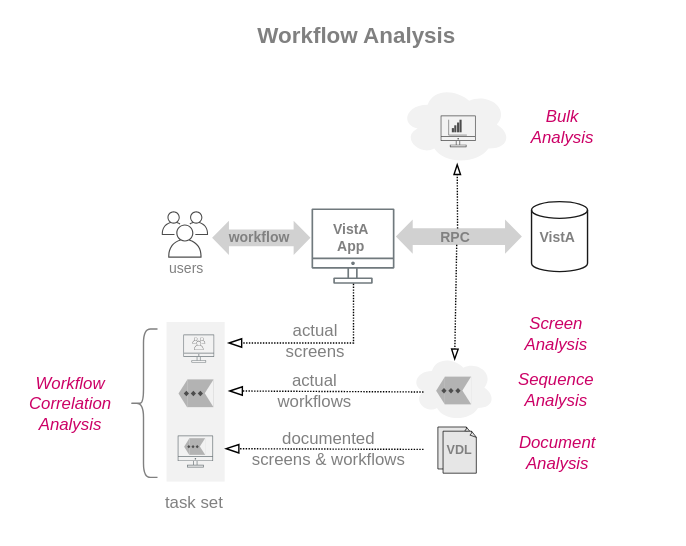
This is img/workflow-correlation.svg from cloudvista/vaa, a draw.io export, as it was before one commit. Source tidied: cells renumbered, new cells last; positions are measured from the earlier drawing's top-left corner, leaving out a move shared by most shapes.
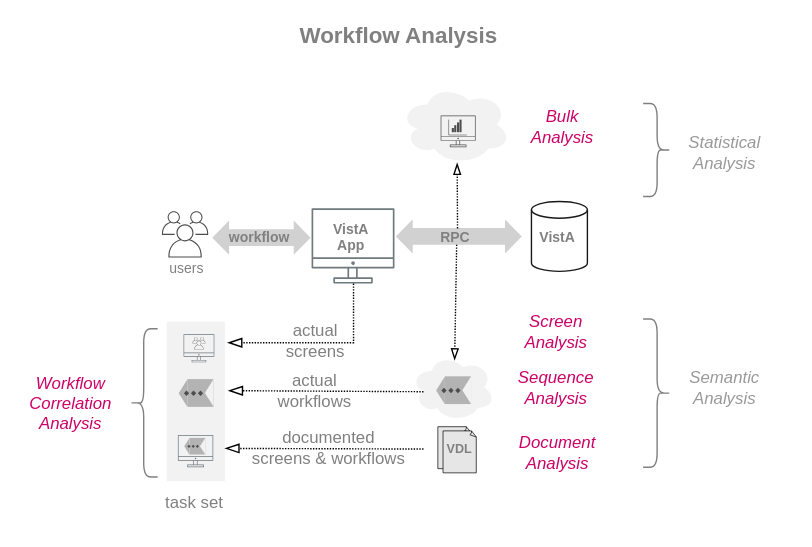
The same diagram one commit later.

The edit, as a diff of the source:
```diff
@@ -3,7 +3,7 @@
     <mxCell id="0" />
     <mxCell id="1" parent="0" />
     <mxCell id="2" style="rounded=1;whiteSpace=wrap;html=1;strokeColor=none;" parent="1" vertex="1">
-      <mxGeometry width="490" height="390" as="geometry" />
+      <mxGeometry width="580" height="390" as="geometry" />
     </mxCell>
     <mxCell id="3" style="ellipse;shape=cloud;whiteSpace=wrap;html=1;shadow=0;sketch=0;fillStyle=solid;strokeColor=none;strokeWidth=0.4;fontSize=10;fillColor=#F2F2F2;gradientColor=none;" parent="1" vertex="1">
       <mxGeometry x="293" y="252.5" width="60" height="48" as="geometry" />
@@ -218,10 +218,22 @@
       </mxGeometry>
     </mxCell>
     <mxCell id="64" value="&lt;font style=&quot;font-size: 16px;&quot;&gt;&lt;b style=&quot;&quot;&gt;Workflow Analysis&lt;/b&gt;&lt;/font&gt;" style="text;html=1;align=center;verticalAlign=middle;strokeColor=none;fillColor=none;fontColor=#808080;" parent="1" vertex="1">
-      <mxGeometry x="174.3" y="10" width="160" height="30" as="geometry" />
+      <mxGeometry x="204.2" y="10" width="160" height="30" as="geometry" />
     </mxCell>
     <mxCell id="65" value="&lt;i&gt;Screen&lt;br&gt;Analysis&lt;/i&gt;" style="text;strokeColor=none;align=center;fillColor=none;html=1;verticalAlign=middle;whiteSpace=wrap;rounded=0;fontColor=#CC0066;" parent="1" vertex="1">
       <mxGeometry x="367.2" y="222.5" width="60" height="30" as="geometry" />
     </mxCell>
+    <mxCell id="66" value="&lt;i&gt;Statistical&lt;/i&gt;&lt;div&gt;&lt;i&gt;Analysis&lt;br&gt;&lt;/i&gt;&lt;/div&gt;" style="text;strokeColor=none;align=center;fillColor=none;html=1;verticalAlign=middle;whiteSpace=wrap;rounded=0;fontColor=#999999;" parent="1" vertex="1">
+      <mxGeometry x="476" y="94" width="83.2" height="30" as="geometry" />
+    </mxCell>
+    <mxCell id="67" value="&lt;i&gt;Semantic&lt;/i&gt;&lt;div&gt;&lt;i&gt;Analysis&lt;br&gt;&lt;/i&gt;&lt;/div&gt;" style="text;strokeColor=none;align=center;fillColor=none;html=1;verticalAlign=middle;whiteSpace=wrap;rounded=0;fontColor=#999999;" parent="1" vertex="1">
+      <mxGeometry x="476" y="261.5" width="83.2" height="30" as="geometry" />
+    </mxCell>
+    <mxCell id="68" style="shape=curlyBracket;whiteSpace=wrap;html=1;rounded=1;flipH=1;labelPosition=right;verticalLabelPosition=middle;align=left;verticalAlign=middle;rotation=0;strokeColor=#808080;" parent="1" vertex="1">
+      <mxGeometry x="459" y="227.5" width="20" height="106" as="geometry" />
+    </mxCell>
+    <mxCell id="69" style="shape=curlyBracket;whiteSpace=wrap;html=1;rounded=1;flipH=1;labelPosition=right;verticalLabelPosition=middle;align=left;verticalAlign=middle;rotation=0;strokeColor=#808080;" parent="1" vertex="1">
+      <mxGeometry x="459" y="73.5" width="20" height="66.5" as="geometry" />
+    </mxCell>
   </root>
 </mxGraphModel>
```
